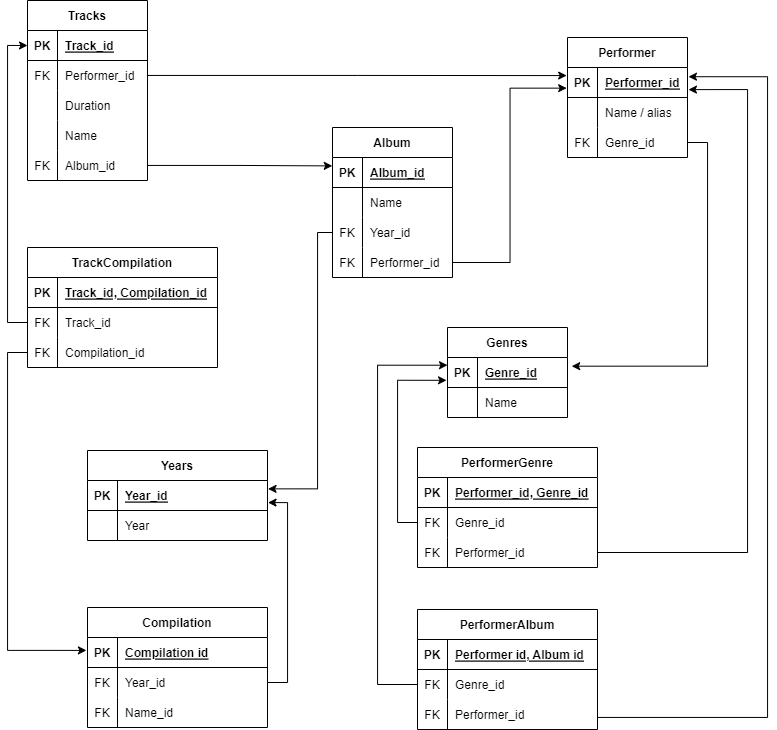
Above: Diagram_new.png in femarko/DB_hometasks (draw.io), before the change. Source tidied: cells renumbered, new cells last; positions are measured from the earlier drawing's top-left corner, leaving out a move shared by most shapes.
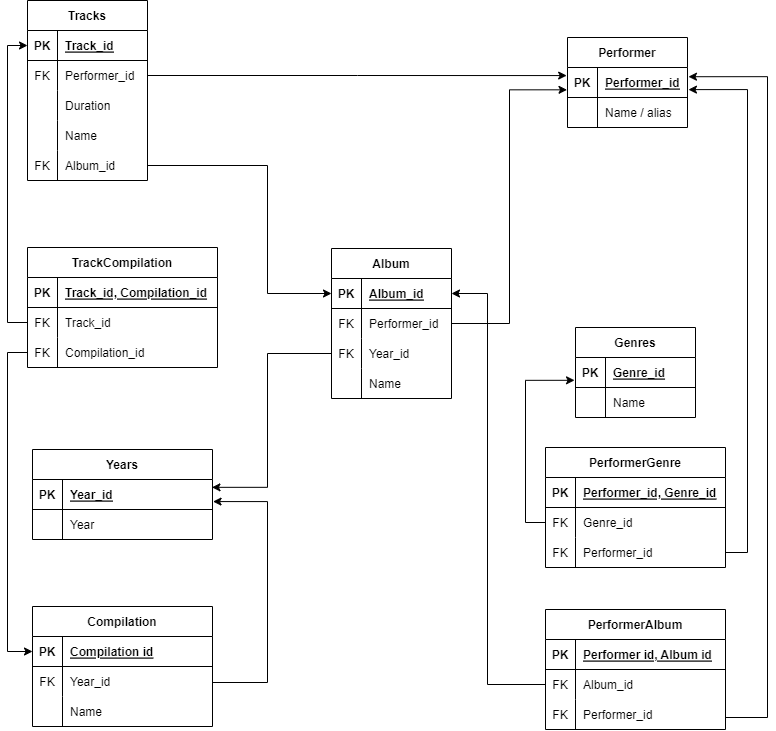
The same file after the commit.

The edit, as a diff of the source:
```diff
@@ -3,7 +3,7 @@
     <mxCell id="0" />
     <mxCell id="1" parent="0" />
     <mxCell id="2" value="Performer" style="shape=table;startSize=30;rowLines=0;fontStyle=1;align=center;" parent="1" vertex="1">
-      <mxGeometry x="560" y="37" width="120" height="120" as="geometry" />
+      <mxGeometry x="560" y="37" width="120" height="90" as="geometry" />
     </mxCell>
     <mxCell id="3" style="shape=tableRow;horizontal=0;startSize=0;swimlaneHead=0;swimlaneBody=0;fillColor=none;points=[[0,0.5],[1,0.5]];portConstraint=eastwest;top=0;left=0;right=0;bottom=1;" parent="2" vertex="1">
       <mxGeometry y="30" width="120" height="30" as="geometry" />
@@ -23,17 +23,8 @@
     <mxCell id="8" value="Name / alias" style="shape=partialRectangle;fillColor=none;top=0;left=0;bottom=0;right=0;align=left;spacingLeft=6;overflow=hidden;" parent="6" vertex="1">
       <mxGeometry x="30" width="90" height="30" as="geometry" />
     </mxCell>
-    <mxCell id="9" style="shape=tableRow;horizontal=0;startSize=0;swimlaneHead=0;swimlaneBody=0;fillColor=none;points=[[0,0.5],[1,0.5]];portConstraint=eastwest;top=0;left=0;right=0;bottom=0;" parent="2" vertex="1">
-      <mxGeometry y="90" width="120" height="30" as="geometry" />
-    </mxCell>
-    <mxCell id="10" value="FK" style="shape=partialRectangle;fillColor=none;top=0;left=0;bottom=0;right=0;overflow=hidden;" parent="9" vertex="1">
-      <mxGeometry width="30" height="30" as="geometry" />
-    </mxCell>
-    <mxCell id="11" value="Genre_id" style="shape=partialRectangle;fillColor=none;top=0;left=0;bottom=0;right=0;align=left;spacingLeft=6;overflow=hidden;" parent="9" vertex="1">
-      <mxGeometry x="30" width="90" height="30" as="geometry" />
-    </mxCell>
     <mxCell id="12" value="Album" style="shape=table;startSize=30;rowLines=0;fontStyle=1;align=center;" parent="1" vertex="1">
-      <mxGeometry x="325" y="127" width="120" height="150" as="geometry" />
+      <mxGeometry x="324" y="248" width="120" height="150" as="geometry" />
     </mxCell>
     <mxCell id="13" style="shape=tableRow;horizontal=0;startSize=0;swimlaneHead=0;swimlaneBody=0;fillColor=none;points=[[0,0.5],[1,0.5]];portConstraint=eastwest;top=0;left=0;right=0;bottom=1;" parent="12" vertex="1">
       <mxGeometry y="30" width="120" height="30" as="geometry" />
@@ -47,10 +38,10 @@
     <mxCell id="16" style="shape=tableRow;horizontal=0;startSize=0;swimlaneHead=0;swimlaneBody=0;fillColor=none;points=[[0,0.5],[1,0.5]];portConstraint=eastwest;top=0;left=0;right=0;bottom=0;" parent="12" vertex="1">
       <mxGeometry y="60" width="120" height="30" as="geometry" />
     </mxCell>
-    <mxCell id="17" style="shape=partialRectangle;fillColor=none;top=0;left=0;bottom=0;right=0;overflow=hidden;" parent="16" vertex="1">
+    <mxCell id="17" value="FK" style="shape=partialRectangle;fillColor=none;top=0;left=0;bottom=0;right=0;overflow=hidden;" parent="16" vertex="1">
       <mxGeometry width="30" height="30" as="geometry" />
     </mxCell>
-    <mxCell id="18" value="Name" style="shape=partialRectangle;fillColor=none;top=0;left=0;bottom=0;right=0;align=left;spacingLeft=6;overflow=hidden;" parent="16" vertex="1">
+    <mxCell id="18" value="Performer_id" style="shape=partialRectangle;fillColor=none;top=0;left=0;bottom=0;right=0;align=left;spacingLeft=6;overflow=hidden;" parent="16" vertex="1">
       <mxGeometry x="30" width="90" height="30" as="geometry" />
     </mxCell>
     <mxCell id="19" style="shape=tableRow;horizontal=0;startSize=0;swimlaneHead=0;swimlaneBody=0;fillColor=none;points=[[0,0.5],[1,0.5]];portConstraint=eastwest;top=0;left=0;right=0;bottom=0;" parent="12" vertex="1">
@@ -65,10 +56,10 @@
     <mxCell id="22" style="shape=tableRow;horizontal=0;startSize=0;swimlaneHead=0;swimlaneBody=0;fillColor=none;points=[[0,0.5],[1,0.5]];portConstraint=eastwest;top=0;left=0;right=0;bottom=0;" parent="12" vertex="1">
       <mxGeometry y="120" width="120" height="30" as="geometry" />
     </mxCell>
-    <mxCell id="23" value="FK" style="shape=partialRectangle;fillColor=none;top=0;left=0;bottom=0;right=0;overflow=hidden;" parent="22" vertex="1">
+    <mxCell id="23" style="shape=partialRectangle;fillColor=none;top=0;left=0;bottom=0;right=0;overflow=hidden;" parent="22" vertex="1">
       <mxGeometry width="30" height="30" as="geometry" />
     </mxCell>
-    <mxCell id="24" value="Performer_id" style="shape=partialRectangle;fillColor=none;top=0;left=0;bottom=0;right=0;align=left;spacingLeft=6;overflow=hidden;" parent="22" vertex="1">
+    <mxCell id="24" value="Name" style="shape=partialRectangle;fillColor=none;top=0;left=0;bottom=0;right=0;align=left;spacingLeft=6;overflow=hidden;" parent="22" vertex="1">
       <mxGeometry x="30" width="90" height="30" as="geometry" />
     </mxCell>
     <mxCell id="25" value="Tracks" style="shape=table;startSize=30;rowLines=0;fontStyle=1;align=center;" parent="1" vertex="1">
@@ -120,7 +111,7 @@
       <mxGeometry x="30" width="90" height="30" as="geometry" />
     </mxCell>
     <mxCell id="41" value="Genres" style="shape=table;startSize=30;rowLines=0;fontStyle=1;align=center;" parent="1" vertex="1">
-      <mxGeometry x="440" y="327" width="120" height="90" as="geometry" />
+      <mxGeometry x="568" y="327" width="120" height="90" as="geometry" />
     </mxCell>
     <mxCell id="42" style="shape=tableRow;horizontal=0;startSize=0;swimlaneHead=0;swimlaneBody=0;fillColor=none;points=[[0,0.5],[1,0.5]];portConstraint=eastwest;top=0;left=0;right=0;bottom=1;" parent="41" vertex="1">
       <mxGeometry y="30" width="120" height="30" as="geometry" />
@@ -140,11 +131,8 @@
     <mxCell id="47" value="Name" style="shape=partialRectangle;fillColor=none;top=0;left=0;bottom=0;right=0;align=left;spacingLeft=6;overflow=hidden;" parent="45" vertex="1">
       <mxGeometry x="30" width="90" height="30" as="geometry" />
     </mxCell>
-    <mxCell id="48" style="edgeStyle=orthogonalEdgeStyle;rounded=0;jettySize=auto;html=1;entryX=-0.007;entryY=0.688;entryDx=0;entryDy=0;entryPerimeter=0;" parent="1" edge="1" source="22" target="3">
-      <mxGeometry relative="1" as="geometry" />
-    </mxCell>
     <mxCell id="49" value="PerformerGenre" style="shape=table;startSize=30;rowLines=0;fontStyle=1;align=center;" parent="1" vertex="1">
-      <mxGeometry x="410" y="447" width="180" height="120" as="geometry" />
+      <mxGeometry x="538" y="447" width="180" height="120" as="geometry" />
     </mxCell>
     <mxCell id="50" style="shape=tableRow;horizontal=0;startSize=0;swimlaneHead=0;swimlaneBody=0;fillColor=none;top=0;left=0;right=0;bottom=1;" parent="49" vertex="1">
       <mxGeometry y="30" width="180" height="30" as="geometry" />
@@ -182,7 +170,7 @@
       </mxGeometry>
     </mxCell>
     <mxCell id="60" value="PerformerAlbum" style="shape=table;startSize=30;rowLines=0;fontStyle=1;align=center;" parent="1" vertex="1">
-      <mxGeometry x="410" y="609" width="180" height="120" as="geometry" />
+      <mxGeometry x="538" y="609" width="180" height="120" as="geometry" />
     </mxCell>
     <mxCell id="61" style="shape=tableRow;horizontal=0;startSize=0;swimlaneHead=0;swimlaneBody=0;fillColor=none;top=0;left=0;right=0;bottom=1;" parent="60" vertex="1">
       <mxGeometry y="30" width="180" height="30" as="geometry" />
@@ -199,7 +187,7 @@
     <mxCell id="65" value="FK" style="shape=partialRectangle;fillColor=none;top=0;left=0;bottom=0;right=0;overflow=hidden;" parent="64" vertex="1">
       <mxGeometry width="30" height="30" as="geometry" />
     </mxCell>
-    <mxCell id="66" value="Genre_id" style="shape=partialRectangle;fillColor=none;top=0;left=0;bottom=0;right=0;align=left;spacingLeft=6;overflow=hidden;" parent="64" vertex="1">
+    <mxCell id="66" value="Album_id" style="shape=partialRectangle;fillColor=none;top=0;left=0;bottom=0;right=0;align=left;spacingLeft=6;overflow=hidden;" parent="64" vertex="1">
       <mxGeometry x="30" width="150" height="30" as="geometry" />
     </mxCell>
     <mxCell id="67" style="shape=tableRow;horizontal=0;startSize=0;swimlaneHead=0;swimlaneBody=0;fillColor=none;points=[[0,0.5],[1,0.5]];portConstraint=eastwest;top=0;left=0;right=0;bottom=0;" parent="60" vertex="1">
@@ -222,22 +210,11 @@
     <mxCell id="71" style="edgeStyle=orthogonalEdgeStyle;rounded=0;jettySize=auto;html=1;entryX=-0.008;entryY=0.76;entryDx=0;entryDy=0;entryPerimeter=0;" parent="1" edge="1" source="53" target="42">
       <mxGeometry relative="1" as="geometry" />
     </mxCell>
-    <mxCell id="72" style="edgeStyle=orthogonalEdgeStyle;rounded=0;jettySize=auto;html=1;entryX=0;entryY=0.257;entryDx=0;entryDy=0;entryPerimeter=0;" parent="1" edge="1" source="64" target="42">
-      <mxGeometry relative="1" as="geometry">
-        <Array as="points">
-          <mxPoint x="370" y="684" />
-          <mxPoint x="370" y="365" />
-        </Array>
-      </mxGeometry>
-    </mxCell>
-    <mxCell id="73" style="edgeStyle=orthogonalEdgeStyle;rounded=0;jettySize=auto;html=1;entryX=-0.002;entryY=0.28;entryDx=0;entryDy=0;entryPerimeter=0;" parent="1" edge="1" source="38" target="13">
-      <mxGeometry relative="1" as="geometry" />
-    </mxCell>
     <mxCell id="74" style="edgeStyle=orthogonalEdgeStyle;rounded=0;jettySize=auto;html=1;entryX=-0.007;entryY=0.269;entryDx=0;entryDy=0;entryPerimeter=0;" parent="1" edge="1" source="29" target="3">
       <mxGeometry relative="1" as="geometry" />
     </mxCell>
     <mxCell id="75" value="Compilation" style="shape=table;startSize=30;rowLines=0;fontStyle=1;align=center;" parent="1" vertex="1">
-      <mxGeometry x="80" y="607" width="180" height="120" as="geometry" />
+      <mxGeometry x="25" y="606" width="180" height="120" as="geometry" />
     </mxCell>
     <mxCell id="76" style="shape=tableRow;horizontal=0;startSize=0;swimlaneHead=0;swimlaneBody=0;fillColor=none;points=[[0,0.5],[1,0.5]];portConstraint=eastwest;top=0;left=0;right=0;bottom=1;" parent="75" vertex="1">
       <mxGeometry y="30" width="180" height="30" as="geometry" />
@@ -260,22 +237,14 @@
     <mxCell id="82" style="shape=tableRow;horizontal=0;startSize=0;swimlaneHead=0;swimlaneBody=0;fillColor=none;top=0;left=0;right=0;bottom=0;" parent="75" vertex="1">
       <mxGeometry y="90" width="180" height="30" as="geometry" />
     </mxCell>
-    <mxCell id="83" value="FK" style="shape=partialRectangle;fillColor=none;top=0;left=0;bottom=0;right=0;overflow=hidden;" parent="82" vertex="1">
+    <mxCell id="83" style="shape=partialRectangle;fillColor=none;top=0;left=0;bottom=0;right=0;overflow=hidden;" parent="82" vertex="1">
       <mxGeometry width="30" height="30" as="geometry" />
     </mxCell>
-    <mxCell id="84" value="Name_id" style="shape=partialRectangle;fillColor=none;top=0;left=0;bottom=0;right=0;align=left;spacingLeft=6;overflow=hidden;" parent="82" vertex="1">
+    <mxCell id="84" value="Name" style="shape=partialRectangle;fillColor=none;top=0;left=0;bottom=0;right=0;align=left;spacingLeft=6;overflow=hidden;" parent="82" vertex="1">
       <mxGeometry x="30" width="150" height="30" as="geometry" />
     </mxCell>
-    <mxCell id="85" style="edgeStyle=orthogonalEdgeStyle;rounded=0;jettySize=auto;html=1;entryX=1.035;entryY=0.289;entryDx=0;entryDy=0;entryPerimeter=0;" parent="1" edge="1" source="9" target="42">
-      <mxGeometry relative="1" as="geometry">
-        <Array as="points">
-          <mxPoint x="700" y="142" />
-          <mxPoint x="700" y="366" />
-        </Array>
-      </mxGeometry>
-    </mxCell>
     <mxCell id="86" value="Years" style="shape=table;startSize=30;rowLines=0;fontStyle=1;align=center;" parent="1" vertex="1">
-      <mxGeometry x="80" y="450" width="180" height="90" as="geometry" />
+      <mxGeometry x="25" y="449" width="180" height="90" as="geometry" />
     </mxCell>
     <mxCell id="87" style="shape=tableRow;horizontal=0;startSize=0;swimlaneHead=0;swimlaneBody=0;fillColor=none;points=[[0,0.5],[1,0.5]];portConstraint=eastwest;top=0;left=0;right=0;bottom=1;" parent="86" vertex="1">
       <mxGeometry y="30" width="180" height="30" as="geometry" />
@@ -295,14 +264,6 @@
     <mxCell id="92" value="Year" style="shape=partialRectangle;fillColor=none;top=0;left=0;bottom=0;right=0;align=left;spacingLeft=6;overflow=hidden;" parent="90" vertex="1">
       <mxGeometry x="30" width="150" height="30" as="geometry" />
     </mxCell>
-    <mxCell id="93" style="edgeStyle=orthogonalEdgeStyle;rounded=0;jettySize=auto;html=1;entryX=1.003;entryY=0.279;entryDx=0;entryDy=0;entryPerimeter=0;" parent="1" edge="1" source="19" target="87">
-      <mxGeometry relative="1" as="geometry">
-        <Array as="points">
-          <mxPoint x="310" y="232" />
-          <mxPoint x="310" y="488" />
-        </Array>
-      </mxGeometry>
-    </mxCell>
     <mxCell id="94" value="TrackCompilation" style="shape=table;startSize=30;rowLines=0;fontStyle=1;align=center;" parent="1" vertex="1">
       <mxGeometry x="20" y="247" width="190" height="120" as="geometry" />
     </mxCell>
@@ -339,18 +300,40 @@
     <mxCell id="105" style="edgeStyle=orthogonalEdgeStyle;rounded=0;jettySize=auto;html=1;entryX=1.003;entryY=0.736;entryDx=0;entryDy=0;entryPerimeter=0;" parent="1" edge="1" source="79" target="87">
       <mxGeometry relative="1" as="geometry">
         <Array as="points">
-          <mxPoint x="280" y="682" />
-          <mxPoint x="280" y="502" />
+          <mxPoint x="260" y="682" />
+          <mxPoint x="260" y="501" />
         </Array>
       </mxGeometry>
     </mxCell>
+    <mxCell id="107" style="edgeStyle=orthogonalEdgeStyle;rounded=0;jettySize=auto;html=1;entryX=-0.004;entryY=0.744;entryDx=0;entryDy=0;entryPerimeter=0;" parent="1" edge="1" source="16" target="3">
+      <mxGeometry relative="1" as="geometry" />
+    </mxCell>
+    <mxCell id="93" style="edgeStyle=orthogonalEdgeStyle;rounded=0;jettySize=auto;html=1;entryX=0.997;entryY=0.261;entryDx=0;entryDy=0;entryPerimeter=0;" parent="1" edge="1" source="19" target="87">
+      <mxGeometry relative="1" as="geometry">
+        <Array as="points">
+          <mxPoint x="260" y="353" />
+          <mxPoint x="260" y="487" />
+        </Array>
+      </mxGeometry>
+    </mxCell>
+    <mxCell id="108" style="edgeStyle=orthogonalEdgeStyle;rounded=0;jettySize=auto;html=1;entryX=1;entryY=0.5;entryDx=0;entryDy=0;" parent="1" edge="1" source="64" target="13">
+      <mxGeometry relative="1" as="geometry">
+        <Array as="points">
+          <mxPoint x="480" y="684" />
+          <mxPoint x="480" y="293" />
+        </Array>
+      </mxGeometry>
+    </mxCell>
+    <mxCell id="73" style="edgeStyle=orthogonalEdgeStyle;rounded=0;jettySize=auto;html=1;entryX=0;entryY=0.5;entryDx=0;entryDy=0;" parent="1" edge="1" source="38" target="13">
+      <mxGeometry relative="1" as="geometry">
+        <Array as="points">
+          <mxPoint x="260" y="165" />
+          <mxPoint x="260" y="293" />
+        </Array>
+      </mxGeometry>
+    </mxCell>
-    <mxCell id="106" style="edgeStyle=orthogonalEdgeStyle;rounded=0;jettySize=auto;html=1;entryX=-0.006;entryY=0.43;entryDx=0;entryDy=0;entryPerimeter=0;" parent="1" edge="1" source="101" target="76">
-      <mxGeometry relative="1" as="geometry">
-        <Array as="points">
-          <mxPoint y="352" />
-          <mxPoint y="650" />
-        </Array>
-      </mxGeometry>
+    <mxCell id="106" style="edgeStyle=orthogonalEdgeStyle;rounded=0;jettySize=auto;html=1;entryX=0;entryY=0.5;entryDx=0;entryDy=0;" parent="1" edge="1" source="101" target="76">
+      <mxGeometry relative="1" as="geometry" />
     </mxCell>
   </root>
 </mxGraphModel>
```
